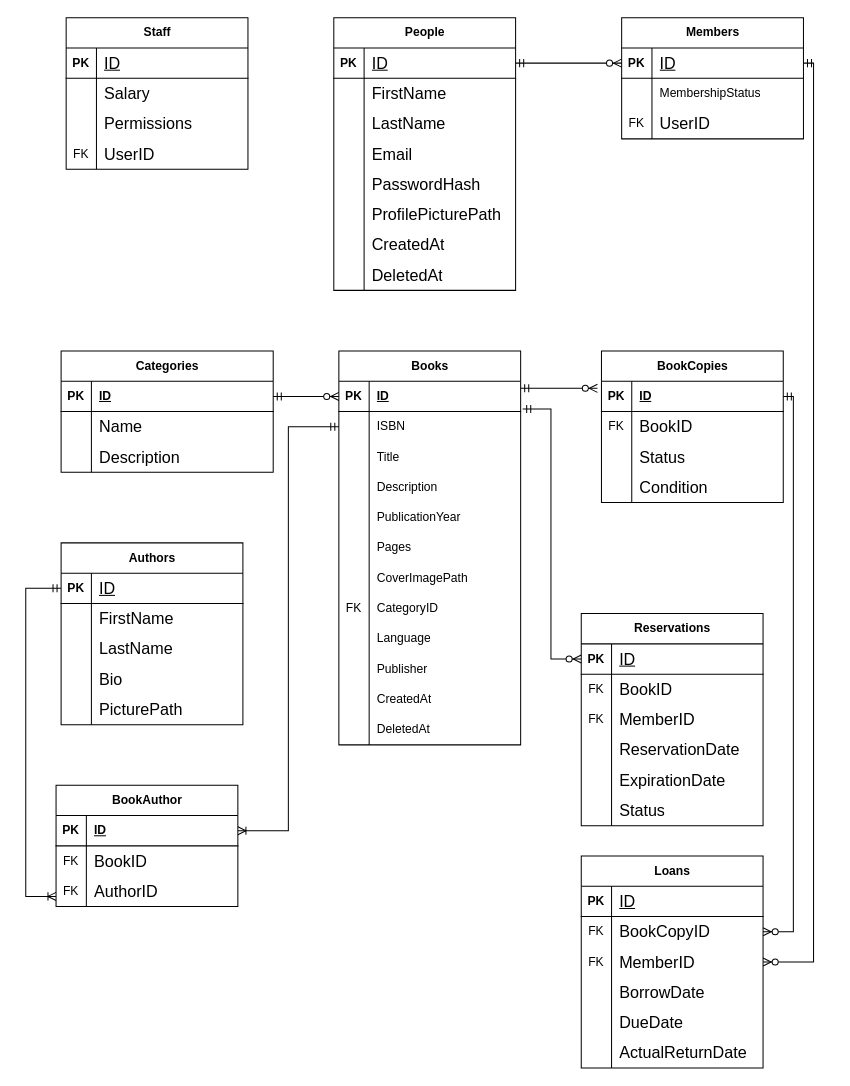
The draw.io diagram Diagrams/ERD.drawio in MustaphaBotte/Library_Management_System, before the edit. Source tidied: cells renumbered, new cells numbered last; positions are measured from the earlier drawing's top-left corner, leaving out a move shared by most shapes. Both pictures are drawn from the tidied source at 101%, with x=0, y=0 at pixel (25, 17).
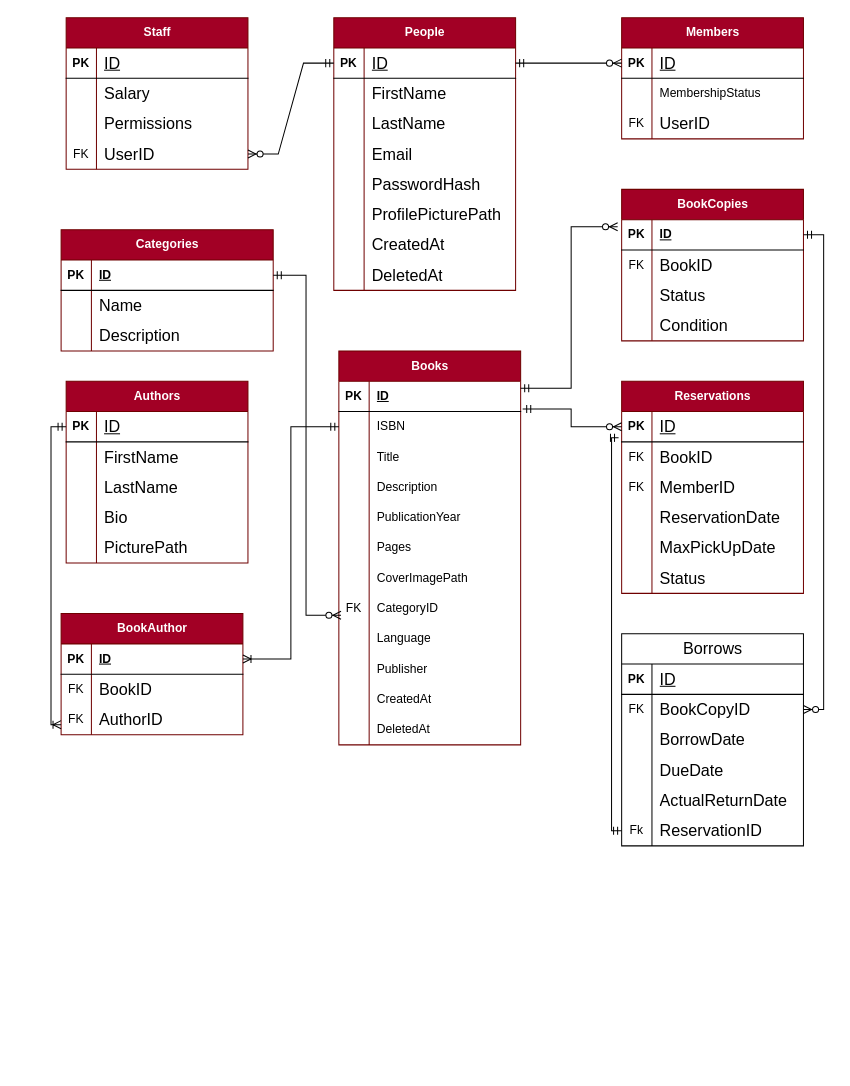
The same page after the edit.

Unchanged cells that the change refers to:
```xml
<mxCell id="3" style="shape=tableRow;horizontal=0;startSize=0;swimlaneHead=0;swimlaneBody=0;fillColor=none;points=[[0,0.5],[1,0.5]];portConstraint=eastwest;top=0;left=0;right=0;bottom=1;" parent="2" vertex="1">
  <mxGeometry y="30" width="180" height="30" as="geometry" />
</mxCell>
<mxCell id="37" style="shape=tableRow;horizontal=0;startSize=0;swimlaneHead=0;swimlaneBody=0;fillColor=none;points=[[0,0.5],[1,0.5]];portConstraint=eastwest;top=0;left=0;right=0;bottom=0;" parent="27" vertex="1">
  <mxGeometry y="120" width="180" height="30" as="geometry" />
</mxCell>
<mxCell id="41" style="shape=tableRow;horizontal=0;startSize=0;swimlaneHead=0;swimlaneBody=0;fillColor=none;points=[[0,0.5],[1,0.5]];portConstraint=eastwest;top=0;left=0;right=0;bottom=1;" parent="40" vertex="1">
  <mxGeometry y="30" width="180" height="30" as="geometry" />
</mxCell>
<mxCell id="51" style="shape=tableRow;horizontal=0;startSize=0;swimlaneHead=0;swimlaneBody=0;fillColor=none;points=[[0,0.5],[1,0.5]];portConstraint=eastwest;top=0;left=0;right=0;bottom=1;" parent="50" vertex="1">
  <mxGeometry y="30" width="180" height="30" as="geometry" />
</mxCell>
<mxCell id="72" style="shape=tableRow;horizontal=0;startSize=0;swimlaneHead=0;swimlaneBody=0;fillColor=none;points=[[0,0.5],[1,0.5]];portConstraint=eastwest;top=0;left=0;right=0;bottom=0;" parent="50" vertex="1">
  <mxGeometry y="240" width="180" height="30" as="geometry" />
</mxCell>
<mxCell id="88" style="shape=tableRow;horizontal=0;startSize=0;swimlaneHead=0;swimlaneBody=0;fillColor=none;points=[[0,0.5],[1,0.5]];portConstraint=eastwest;top=0;left=0;right=0;bottom=1;" parent="87" vertex="1">
  <mxGeometry y="30" width="180" height="30" as="geometry" />
</mxCell>
<mxCell id="110" style="shape=tableRow;horizontal=0;startSize=0;swimlaneHead=0;swimlaneBody=0;fillColor=none;points=[[0,0.5],[1,0.5]];portConstraint=eastwest;top=0;left=0;right=0;bottom=0;" parent="103" vertex="1">
  <mxGeometry y="90" width="180" height="30" as="geometry" />
</mxCell>
<mxCell id="114" style="shape=tableRow;horizontal=0;startSize=0;swimlaneHead=0;swimlaneBody=0;fillColor=none;points=[[0,0.5],[1,0.5]];portConstraint=eastwest;top=0;left=0;right=0;bottom=1;" parent="113" vertex="1">
  <mxGeometry y="30" width="210" height="30" as="geometry" />
</mxCell>
<mxCell id="124" style="shape=tableRow;horizontal=0;startSize=0;swimlaneHead=0;swimlaneBody=0;fillColor=none;points=[[0,0.5],[1,0.5]];portConstraint=eastwest;top=0;left=0;right=0;bottom=1;" parent="123" vertex="1">
  <mxGeometry y="30" width="180" height="30" as="geometry" />
</mxCell>
<mxCell id="140" style="shape=tableRow;horizontal=0;startSize=0;swimlaneHead=0;swimlaneBody=0;fillColor=none;points=[[0,0.5],[1,0.5]];portConstraint=eastwest;top=0;left=0;right=0;bottom=0;" parent="136" vertex="1">
  <mxGeometry y="60" width="180" height="30" as="geometry" />
</mxCell>
<mxCell id="159" style="shape=tableRow;horizontal=0;startSize=0;swimlaneHead=0;swimlaneBody=0;fillColor=none;points=[[0,0.5],[1,0.5]];portConstraint=eastwest;top=0;left=0;right=0;bottom=0;" parent="155" vertex="1">
  <mxGeometry y="60" width="180" height="30" as="geometry" />
</mxCell>
<mxCell id="168" style="shape=tableRow;horizontal=0;startSize=0;swimlaneHead=0;swimlaneBody=0;fillColor=none;top=0;left=0;right=0;bottom=0;" parent="155" vertex="1">
  <mxGeometry y="150" width="180" height="30" as="geometry" />
</mxCell>
```

Diff of the diagram source:
```diff
@@
-    <mxCell id="2" value="People" style="shape=table;startSize=30;childLayout=tableLayout;rowLines=0;fontStyle=1;align=center;html=1;" parent="1" vertex="1">
+    <mxCell id="2" value="People" style="shape=table;startSize=30;childLayout=tableLayout;rowLines=0;fontStyle=1;align=center;html=1;fillColor=#a20025;fontColor=#ffffff;strokeColor=#6F0000;" parent="1" vertex="1">
       <mxGeometry x="305" width="180" height="270" as="geometry" />
     </mxCell>
@@
-    <mxCell id="27" value="Staff" style="shape=table;startSize=30;childLayout=tableLayout;rowLines=0;fontStyle=1;align=center;html=1;" parent="1" vertex="1">
+    <mxCell id="27" value="Staff" style="shape=table;startSize=30;childLayout=tableLayout;rowLines=0;fontStyle=1;align=center;html=1;fillColor=#a20025;fontColor=#ffffff;strokeColor=#6F0000;" parent="1" vertex="1">
       <mxGeometry x="40" width="180" height="150" as="geometry" />
     </mxCell>
@@
-    <mxCell id="40" value="Members" style="shape=table;startSize=30;childLayout=tableLayout;rowLines=0;fontStyle=1;align=center;html=1;" parent="1" vertex="1">
+    <mxCell id="40" value="Members" style="shape=table;startSize=30;childLayout=tableLayout;rowLines=0;fontStyle=1;align=center;html=1;fillColor=#a20025;fontColor=#ffffff;strokeColor=#6F0000;" parent="1" vertex="1">
       <mxGeometry x="590" width="180" height="120" as="geometry" />
     </mxCell>
@@
-    <mxCell id="50" value="Books" style="shape=table;startSize=30;childLayout=tableLayout;rowLines=0;fontStyle=1;align=center;html=1;" parent="1" vertex="1">
+    <mxCell id="50" value="Books" style="shape=table;startSize=30;childLayout=tableLayout;rowLines=0;fontStyle=1;align=center;html=1;fillColor=#a20025;fontColor=#ffffff;strokeColor=#6F0000;" parent="1" vertex="1">
       <mxGeometry x="310" y="330" width="180" height="390" as="geometry" />
     </mxCell>
@@
-    <mxCell id="87" value="Authors" style="shape=table;startSize=30;childLayout=tableLayout;rowLines=0;fontStyle=1;align=center;html=1;" parent="1" vertex="1">
-      <mxGeometry x="35" y="520" width="180" height="180" as="geometry" />
+    <mxCell id="87" value="Authors" style="shape=table;startSize=30;childLayout=tableLayout;rowLines=0;fontStyle=1;align=center;html=1;fillColor=#a20025;fontColor=#ffffff;strokeColor=#6F0000;" parent="1" vertex="1">
+      <mxGeometry x="40" y="360" width="180" height="180" as="geometry" />
     </mxCell>
@@
-    <mxCell id="103" value="BookAuthor" style="shape=table;startSize=30;childLayout=tableLayout;rowLines=0;fontStyle=1;align=center;html=1;" parent="1" vertex="1">
-      <mxGeometry x="30" y="760" width="180" height="120" as="geometry" />
+    <mxCell id="103" value="BookAuthor" style="shape=table;startSize=30;childLayout=tableLayout;rowLines=0;fontStyle=1;align=center;html=1;fillColor=#a20025;fontColor=#ffffff;strokeColor=#6F0000;" parent="1" vertex="1">
+      <mxGeometry x="35" y="590" width="180" height="120" as="geometry" />
     </mxCell>
@@
-    <mxCell id="113" value="Categories" style="shape=table;startSize=30;childLayout=tableLayout;rowLines=0;fontStyle=1;align=center;html=1;" parent="1" vertex="1">
-      <mxGeometry x="35" y="330" width="210" height="120" as="geometry" />
+    <mxCell id="113" value="Categories" style="shape=table;startSize=30;childLayout=tableLayout;rowLines=0;fontStyle=1;align=center;html=1;fillColor=#a20025;fontColor=#ffffff;strokeColor=#6F0000;" parent="1" vertex="1">
+      <mxGeometry x="35" y="210" width="210" height="120" as="geometry" />
     </mxCell>
@@
-    <mxCell id="123" value="BookCopies" style="shape=table;startSize=30;childLayout=tableLayout;rowLines=0;fontStyle=1;align=center;html=1;" parent="1" vertex="1">
-      <mxGeometry x="570" y="330" width="180" height="150" as="geometry" />
+    <mxCell id="123" value="BookCopies" style="shape=table;startSize=30;childLayout=tableLayout;rowLines=0;fontStyle=1;align=center;html=1;fillColor=#a20025;fontColor=#ffffff;strokeColor=#6F0000;" parent="1" vertex="1">
+      <mxGeometry x="590" y="170" width="180" height="150" as="geometry" />
     </mxCell>
@@
-    <mxCell id="136" value="Loans" style="shape=table;startSize=30;childLayout=tableLayout;rowLines=0;fontStyle=1;align=center;html=1;" parent="1" vertex="1">
-      <mxGeometry x="550" y="830" width="180" height="210" as="geometry" />
+    <mxCell id="136" value="&lt;span style=&quot;font-size: 16px; font-weight: 400; text-align: left; text-wrap: wrap;&quot;&gt;Borrows&lt;/span&gt;" style="shape=table;startSize=30;childLayout=tableLayout;rowLines=0;fontStyle=1;align=center;html=1;" parent="1" vertex="1">
+      <mxGeometry x="590" y="610" width="180" height="210" as="geometry" />
     </mxCell>
@@
-    <mxCell id="143" style="shape=tableRow;horizontal=0;startSize=0;swimlaneHead=0;swimlaneBody=0;fillColor=none;points=[[0,0.5],[1,0.5]];portConstraint=eastwest;top=0;left=0;right=0;bottom=0;" parent="136" vertex="1">
-      <mxGeometry y="90" width="180" height="30" as="geometry" />
-    </mxCell>
-    <mxCell id="144" value="FK" style="shape=partialRectangle;fillColor=none;top=0;left=0;bottom=0;right=0;overflow=hidden;whiteSpace=wrap;html=1;" parent="143" vertex="1">
-      <mxGeometry width="30" height="30" as="geometry" />
-    </mxCell>
-    <mxCell id="145" value="&lt;span style=&quot;font-size: 16px;&quot;&gt;MemberID&lt;/span&gt;" style="shape=partialRectangle;fillColor=none;top=0;left=0;bottom=0;right=0;align=left;spacingLeft=6;overflow=hidden;whiteSpace=wrap;html=1;" parent="143" vertex="1">
-      <mxGeometry x="30" width="150" height="30" as="geometry" />
-    </mxCell>
     <mxCell id="146" style="shape=tableRow;horizontal=0;startSize=0;swimlaneHead=0;swimlaneBody=0;fillColor=none;top=0;left=0;right=0;bottom=0;" parent="136" vertex="1">
-      <mxGeometry y="120" width="180" height="30" as="geometry" />
+      <mxGeometry y="90" width="180" height="30" as="geometry" />
     </mxCell>
@@
     <mxCell id="149" style="shape=tableRow;horizontal=0;startSize=0;swimlaneHead=0;swimlaneBody=0;fillColor=none;top=0;left=0;right=0;bottom=0;" parent="136" vertex="1">
-      <mxGeometry y="150" width="180" height="30" as="geometry" />
+      <mxGeometry y="120" width="180" height="30" as="geometry" />
     </mxCell>
@@
     <mxCell id="152" style="shape=tableRow;horizontal=0;startSize=0;swimlaneHead=0;swimlaneBody=0;fillColor=none;top=0;left=0;right=0;bottom=0;" parent="136" vertex="1">
-      <mxGeometry y="180" width="180" height="30" as="geometry" />
+      <mxGeometry y="150" width="180" height="30" as="geometry" />
     </mxCell>
@@
+    <mxCell id="182" style="shape=tableRow;horizontal=0;startSize=0;swimlaneHead=0;swimlaneBody=0;fillColor=none;points=[[0,0.5],[1,0.5]];portConstraint=eastwest;top=0;left=0;right=0;bottom=0;" parent="136" vertex="1">
+      <mxGeometry y="180" width="180" height="30" as="geometry" />
+    </mxCell>
+    <mxCell id="183" value="Fk" style="shape=partialRectangle;fillColor=none;top=0;left=0;bottom=0;right=0;overflow=hidden;whiteSpace=wrap;html=1;" parent="182" vertex="1">
+      <mxGeometry width="30" height="30" as="geometry" />
+    </mxCell>
+    <mxCell id="184" value="&lt;span style=&quot;font-size: 16px;&quot;&gt;ReservationID&lt;/span&gt;" style="shape=partialRectangle;fillColor=none;top=0;left=0;bottom=0;right=0;align=left;spacingLeft=6;overflow=hidden;whiteSpace=wrap;html=1;" parent="182" vertex="1">
+      <mxGeometry x="30" width="150" height="30" as="geometry" />
+    </mxCell>
-    <mxCell id="155" value="Reservations" style="shape=table;startSize=30;childLayout=tableLayout;rowLines=0;fontStyle=1;align=center;html=1;" parent="1" vertex="1">
-      <mxGeometry x="550" y="590" width="180" height="210" as="geometry" />
+    <mxCell id="155" value="Reservations" style="shape=table;startSize=30;childLayout=tableLayout;rowLines=0;fontStyle=1;align=center;html=1;fillColor=#a20025;fontColor=#ffffff;strokeColor=#6F0000;" parent="1" vertex="1">
+      <mxGeometry x="590" y="360" width="180" height="210" as="geometry" />
     </mxCell>
@@
-    <mxCell id="170" value="&lt;span style=&quot;font-size: 16px;&quot;&gt;ExpirationDate&lt;/span&gt;" style="shape=partialRectangle;fillColor=none;top=0;left=0;bottom=0;right=0;align=left;spacingLeft=6;overflow=hidden;whiteSpace=wrap;html=1;" parent="168" vertex="1">
+    <mxCell id="170" value="&lt;span style=&quot;font-size: 16px;&quot;&gt;MaxPickUpDate&lt;/span&gt;" style="shape=partialRectangle;fillColor=none;top=0;left=0;bottom=0;right=0;align=left;spacingLeft=6;overflow=hidden;whiteSpace=wrap;html=1;" parent="168" vertex="1">
       <mxGeometry x="30" width="150" height="30" as="geometry" />
     </mxCell>
@@
-    <mxCell id="175" style="edgeStyle=entityRelationEdgeStyle;fontSize=12;html=1;endArrow=ERzeroToMany;startArrow=ERmandOne;rounded=0;exitX=1;exitY=0.5;exitDx=0;exitDy=0;entryX=0;entryY=0.5;entryDx=0;entryDy=0;" parent="1" edge="1" source="114" target="51">
+    <mxCell id="175" style="edgeStyle=orthogonalEdgeStyle;fontSize=12;html=1;endArrow=ERzeroToMany;startArrow=ERmandOne;rounded=0;exitX=1;exitY=0.5;exitDx=0;exitDy=0;entryX=0.012;entryY=0.723;entryDx=0;entryDy=0;entryPerimeter=0;" parent="1" edge="1" source="114" target="72">
       <mxGeometry relative="1" as="geometry" />
     </mxCell>
-    <mxCell id="176" style="fontSize=12;html=1;endArrow=ERzeroToMany;startArrow=ERmandOne;rounded=0;entryX=-0.022;entryY=0.233;entryDx=0;entryDy=0;exitX=1;exitY=0.233;exitDx=0;exitDy=0;exitPerimeter=0;entryPerimeter=0;" parent="1" edge="1" source="51" target="124">
+    <mxCell id="176" style="fontSize=12;html=1;endArrow=ERzeroToMany;startArrow=ERmandOne;rounded=0;entryX=-0.022;entryY=0.233;entryDx=0;entryDy=0;exitX=1;exitY=0.233;exitDx=0;exitDy=0;exitPerimeter=0;entryPerimeter=0;edgeStyle=orthogonalEdgeStyle;" parent="1" edge="1" source="51" target="124">
       <mxGeometry relative="1" as="geometry" />
     </mxCell>
     <mxCell id="177" style="edgeStyle=orthogonalEdgeStyle;fontSize=12;html=1;endArrow=ERoneToMany;startArrow=ERmandOne;rounded=0;exitX=0;exitY=0.5;exitDx=0;exitDy=0;entryX=0;entryY=0.667;entryDx=0;entryDy=0;entryPerimeter=0;" parent="1" edge="1" source="88" target="110">
-      <mxGeometry relative="1" as="geometry">
-        <Array as="points">
-          <mxPoint y="565" />
-          <mxPoint y="870" />
-        </Array>
-      </mxGeometry>
+      <mxGeometry relative="1" as="geometry" />
     </mxCell>
@@
-    <mxCell id="179" style="fontSize=12;html=1;endArrow=ERzeroToMany;startArrow=ERmandOne;rounded=0;entryX=1;entryY=0.5;entryDx=0;entryDy=0;exitX=1;exitY=0.5;exitDx=0;exitDy=0;edgeStyle=orthogonalEdgeStyle;" parent="1" edge="1" source="41" target="143">
-      <mxGeometry relative="1" as="geometry" />
-    </mxCell>
     <mxCell id="180" style="fontSize=12;html=1;endArrow=ERzeroToMany;startArrow=ERmandOne;rounded=0;exitX=1;exitY=0.5;exitDx=0;exitDy=0;entryX=1;entryY=0.5;entryDx=0;entryDy=0;edgeStyle=orthogonalEdgeStyle;" parent="1" edge="1" source="124" target="140">
-      <mxGeometry relative="1" as="geometry" />
+      <mxGeometry relative="1" as="geometry">
+        <Array as="points">
+          <mxPoint x="790" y="215" />
+          <mxPoint x="790" y="685" />
+        </Array>
+      </mxGeometry>
     </mxCell>
@@
+    <mxCell id="185" style="edgeStyle=entityRelationEdgeStyle;fontSize=12;html=1;endArrow=ERzeroToMany;startArrow=ERmandOne;rounded=0;entryX=1;entryY=0.5;entryDx=0;entryDy=0;exitX=0;exitY=0.5;exitDx=0;exitDy=0;" parent="1" edge="1" source="3" target="37">
+      <mxGeometry relative="1" as="geometry" />
+    </mxCell>
+    <mxCell id="186" style="edgeStyle=orthogonalEdgeStyle;fontSize=12;html=1;endArrow=ERmandOne;startArrow=ERmandOne;rounded=0;exitX=0;exitY=0.5;exitDx=0;exitDy=0;entryX=-0.017;entryY=-0.133;entryDx=0;entryDy=0;entryPerimeter=0;" parent="1" edge="1" source="182" target="159">
+      <mxGeometry relative="1" as="geometry">
+        <Array as="points">
+          <mxPoint x="580" y="805" />
+          <mxPoint x="580" y="416" />
+        </Array>
+      </mxGeometry>
+    </mxCell>
```
